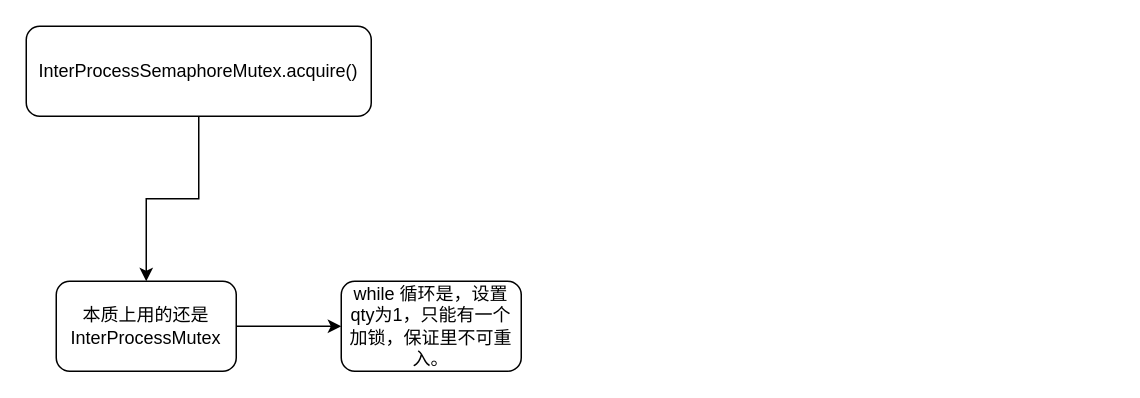
The draw.io diagram 微服务/分布式锁/02_zookeeper分布式锁：不可重入锁.drawio in chenshuai1995/a-imgs, before the edit. Source tidied: cells renumbered, new cells numbered last; positions are measured from the earlier drawing's top-left corner, leaving out a move shared by most shapes. Both pictures are drawn from the tidied source at 150%, with x=0, y=0 at pixel (26, 26).
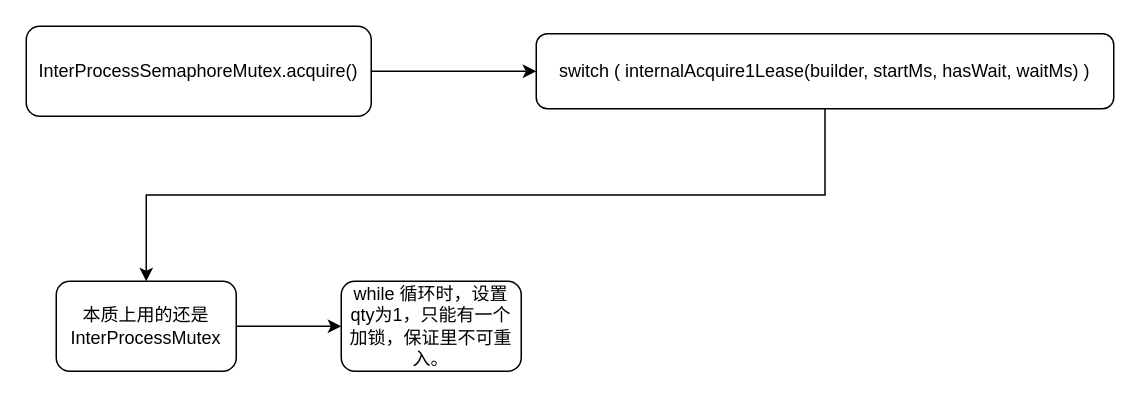
Above is the later version.

Commit message (it also covers changes not shown here):
更新02_zookeeper分布式锁：不可重入锁.drawio

Change to the diagram source:
```diff
@@
 <mxGraphModel>
   <root>
     <mxCell id="0" />
     <mxCell id="1" parent="0" />
-    <mxCell id="2" style="edgeStyle=orthogonalEdgeStyle;rounded=0;jettySize=auto;html=1;entryX=0.5;entryY=0;entryDx=0;entryDy=0;" parent="1" edge="1" source="3" target="5">
+    <mxCell id="2" style="edgeStyle=orthogonalEdgeStyle;rounded=0;jettySize=auto;html=1;entryX=0.5;entryY=0;entryDx=0;entryDy=0;exitX=0.5;exitY=1;exitDx=0;exitDy=0;" parent="1" edge="1" source="8" target="5">
       <mxGeometry relative="1" as="geometry" />
     </mxCell>
+    <mxCell id="7" style="edgeStyle=orthogonalEdgeStyle;rounded=0;jettySize=auto;html=1;entryX=0;entryY=0.5;entryDx=0;entryDy=0;" parent="1" edge="1" source="3" target="8">
+      <mxGeometry relative="1" as="geometry" />
+    </mxCell>
     <mxCell id="3" value="InterProcessSemaphoreMutex.acquire()" style="rounded=1;whiteSpace=wrap;html=1;" parent="1" vertex="1">
       <mxGeometry width="230" height="60" as="geometry" />
     </mxCell>
     <mxCell id="4" style="edgeStyle=orthogonalEdgeStyle;rounded=0;jettySize=auto;html=1;entryX=0;entryY=0.5;entryDx=0;entryDy=0;" parent="1" edge="1" source="5" target="6">
       <mxGeometry relative="1" as="geometry" />
     </mxCell>
     <mxCell id="5" value="本质上用的还是InterProcessMutex" style="rounded=1;whiteSpace=wrap;html=1;" parent="1" vertex="1">
       <mxGeometry x="20" y="170" width="120" height="60" as="geometry" />
     </mxCell>
-    <mxCell id="6" value="while 循环是，设置qty为1，只能有一个加锁，保证里不可重入。" style="rounded=1;whiteSpace=wrap;html=1;" parent="1" vertex="1">
+    <mxCell id="6" value="while 循环时，设置qty为1，只能有一个加锁，保证里不可重入。" style="rounded=1;whiteSpace=wrap;html=1;" parent="1" vertex="1">
       <mxGeometry x="210" y="170" width="120" height="60" as="geometry" />
     </mxCell>
+    <mxCell id="8" value="switch ( internalAcquire1Lease(builder, startMs, hasWait, waitMs) )" style="rounded=1;whiteSpace=wrap;html=1;" parent="1" vertex="1">
+      <mxGeometry x="340" y="5" width="385" height="50" as="geometry" />
+    </mxCell>
   </root>
 </mxGraphModel>
```
